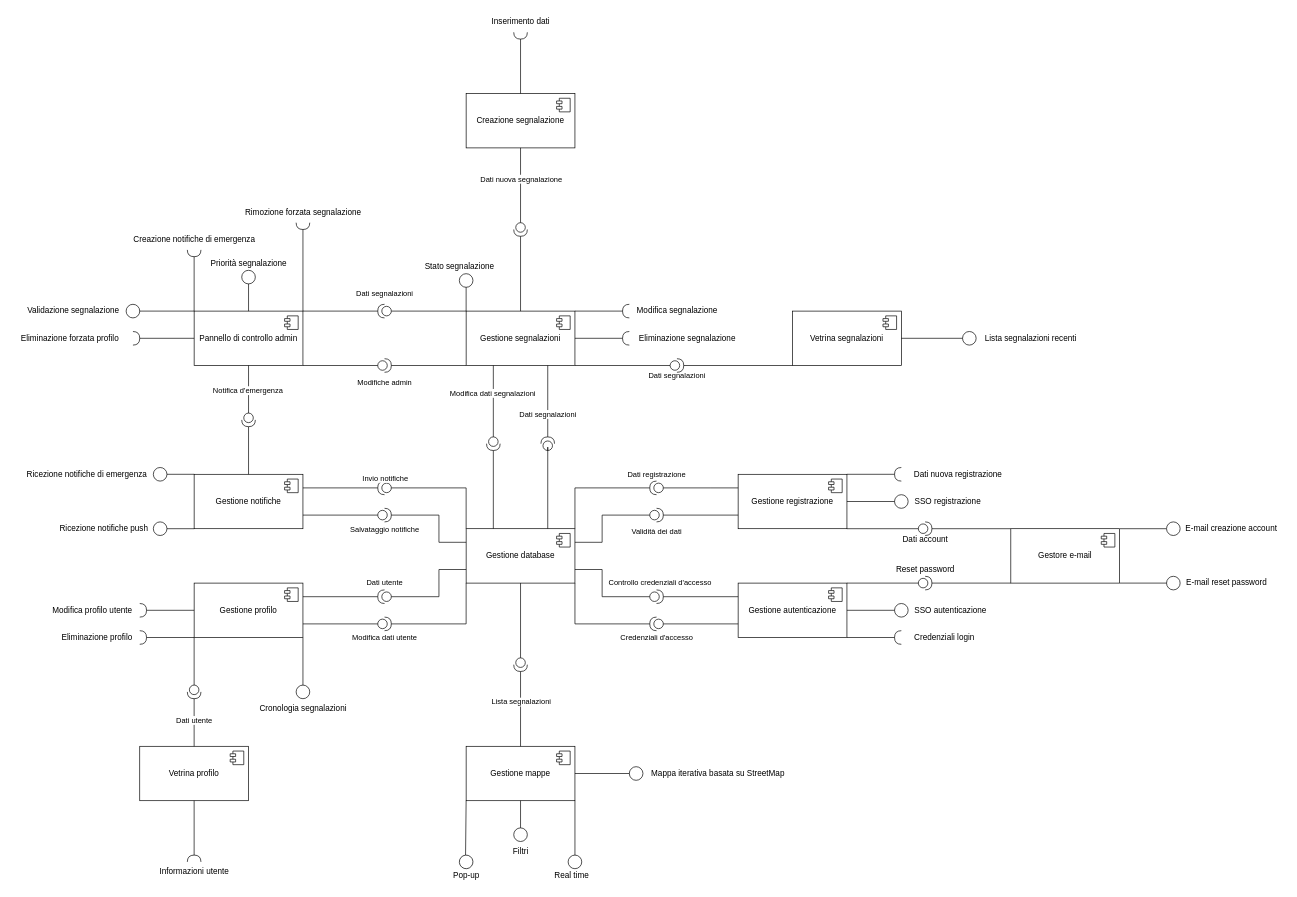
Earlier version of the draw.io diagram page "NuovoComponentDiagram2" (2 of 3) of ComponentDiagram.drawio (LucaBarbolini/Prova1). Source tidied: cells renumbered, new cells numbered last; positions are measured from the earlier drawing's top-left corner, leaving out a move shared by most shapes. Both pictures are drawn from the tidied source at 68%, with x=0, y=0 at pixel (12, 12).
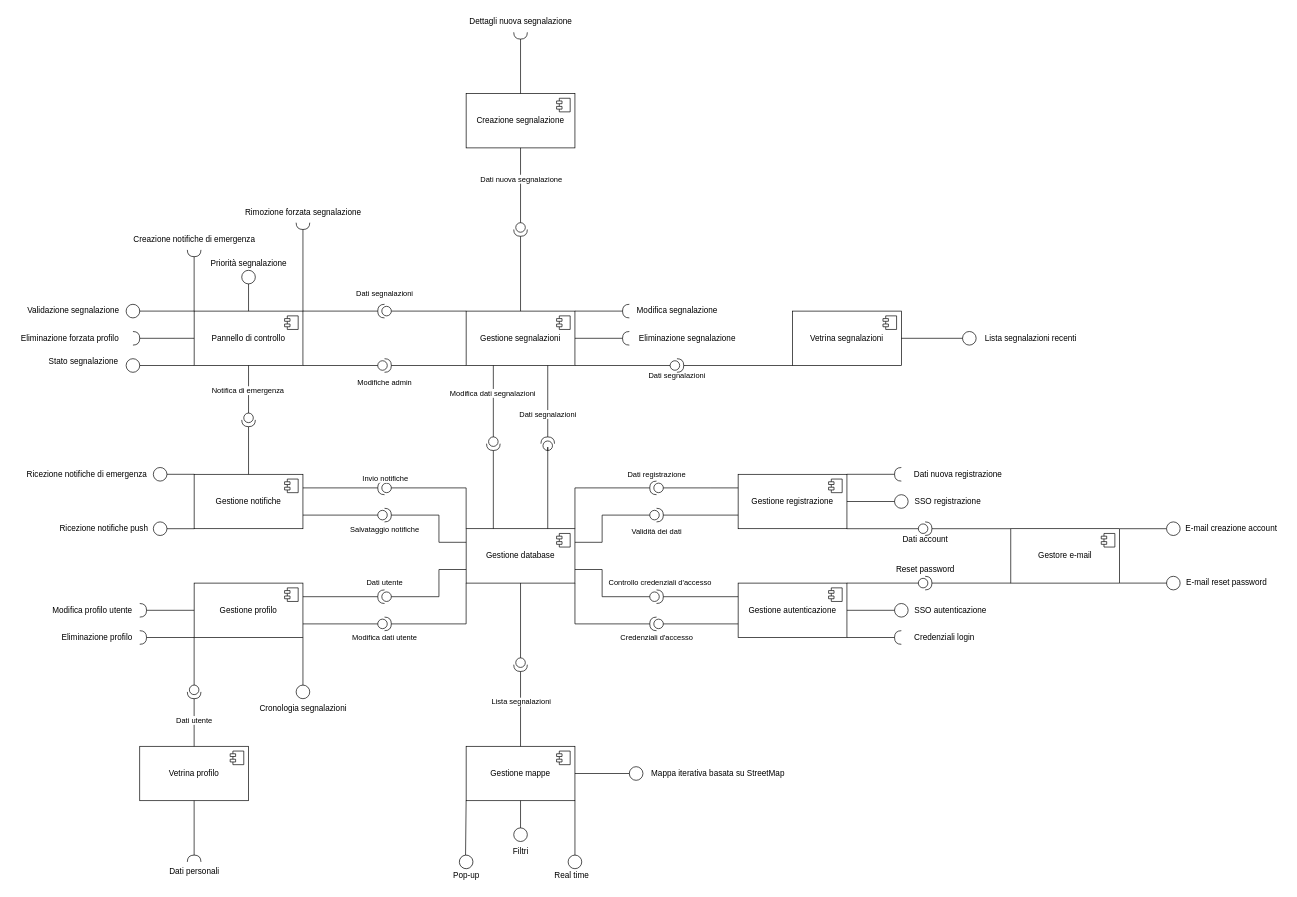
Above is the later version.

Unchanged cells that the change refers to:
```xml
<mxCell id="12" value="Gestione segnalazioni" style="html=1;whiteSpace=wrap;" parent="1" vertex="1">
  <mxGeometry x="668" y="440" width="160" height="80" as="geometry" />
</mxCell>
<mxCell id="178" style="endArrow=none;html=1;rounded=0;entryX=0;entryY=0.5;entryDx=0;entryDy=0;exitX=0.5;exitY=1;exitDx=0;exitDy=0;entryPerimeter=0;" parent="1" edge="1" source="110" target="177">
  <mxGeometry relative="1" as="geometry" />
</mxCell>
```

Diff of the diagram source:
```diff
@@
-    <mxCell id="84" style="ellipse;whiteSpace=wrap;html=1;direction=south;" parent="1" vertex="1">
-      <mxGeometry x="658" y="385" width="20" height="20" as="geometry" />
-    </mxCell>
@@
-    <mxCell id="91" style="endArrow=none;html=1;rounded=0;entryX=1;entryY=0.5;entryDx=0;entryDy=0;exitX=0;exitY=0;exitDx=0;exitDy=0;" parent="1" edge="1" source="12" target="84">
-      <mxGeometry relative="1" as="geometry" />
-    </mxCell>
-    <mxCell id="92" value="Inserimento dati" style="text;html=1;align=center;verticalAlign=middle;strokeColor=none;fillColor=none;" parent="1" vertex="1">
-      <mxGeometry x="693" width="110" height="30" as="geometry" />
+    <mxCell id="92" value="Dettagli nuova segnalazione" style="text;html=1;align=center;verticalAlign=middle;strokeColor=none;fillColor=none;" parent="1" vertex="1">
+      <mxGeometry x="663" width="170" height="30" as="geometry" />
     </mxCell>
@@
-    <mxCell id="95" value="Stato segnalazione" style="text;html=1;align=center;verticalAlign=middle;strokeColor=none;fillColor=none;" parent="1" vertex="1">
-      <mxGeometry x="593" y="360" width="130" height="30" as="geometry" />
-    </mxCell>
@@
-    <mxCell id="110" value="Pannello di controllo admin" style="html=1;whiteSpace=wrap;" parent="1" vertex="1">
+    <mxCell id="110" value="Pannello di controllo" style="html=1;whiteSpace=wrap;" parent="1" vertex="1">
       <mxGeometry x="268" y="440" width="160" height="80" as="geometry" />
     </mxCell>
@@
-    <mxCell id="137" value="Informazioni utente" style="text;html=1;align=center;verticalAlign=middle;strokeColor=none;fillColor=none;" parent="1" vertex="1">
-      <mxGeometry x="203" y="1250" width="130" height="30" as="geometry" />
+    <mxCell id="137" value="Dati personali" style="text;html=1;align=center;verticalAlign=middle;strokeColor=none;fillColor=none;" parent="1" vertex="1">
+      <mxGeometry x="218" y="1250" width="100" height="30" as="geometry" />
     </mxCell>
@@
-    <mxCell id="179" value="Notifica d'emergenza" style="edgeLabel;html=1;align=center;verticalAlign=middle;" parent="178" vertex="1">
+    <mxCell id="179" value="Notifica di emergenza" style="edgeLabel;html=1;align=center;verticalAlign=middle;" parent="178" vertex="1">
       <mxGeometry x="0.02" y="-2" relative="1" as="geometry" />
     </mxCell>
@@
+    <mxCell id="95" value="Stato segnalazione" style="text;html=1;align=center;verticalAlign=middle;strokeColor=none;fillColor=none;" parent="1" vertex="1">
+      <mxGeometry x="40" y="500" width="130" height="30" as="geometry" />
+    </mxCell>
+    <mxCell id="181" style="ellipse;whiteSpace=wrap;html=1;" parent="1" vertex="1">
+      <mxGeometry x="168" y="510" width="20" height="20" as="geometry" />
+    </mxCell>
+    <mxCell id="182" style="endArrow=none;html=1;rounded=0;entryX=1;entryY=0.5;entryDx=0;entryDy=0;exitX=0;exitY=1;exitDx=0;exitDy=0;" parent="1" edge="1" source="110" target="181">
+      <mxGeometry relative="1" as="geometry" />
+    </mxCell>
```
